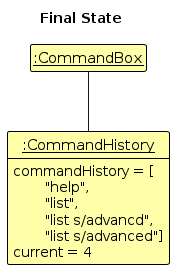
The PlantUML diagram diagrams/CommandHistoryState3.png in choppyback/tp, before a commit. Its source is kept beside it as diagrams/CommandHistoryState3.puml. Source of this version:
```plantuml
@startuml
!include style.puml
skinparam ClassFontColor #000000
skinparam ClassBorderColor #000000
skinparam ClassBackgroundColor #FFFFAA

show member
hide empty member
title "Final State"
Class "<u>:CommandBox" as CommandBox
Class "<u>:CommandHistory" as CommandHistory {
    commandHistory = [\n\t"help",\n\t"list", \n\t"list s/advancd",\n\t"list s/advanced"]
    current = 4
}
CommandBox -- CommandHistory
@enduml
```
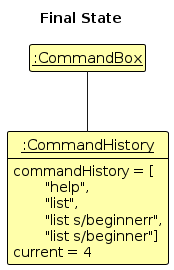
After the change.

Diff of the diagram source:
```diff
@@ -9,7 +9,7 @@
 title "Final State"
 Class "<u>:CommandBox" as CommandBox
 Class "<u>:CommandHistory" as CommandHistory {
-    commandHistory = [\n\t"help",\n\t"list", \n\t"list s/advancd",\n\t"list s/advanced"]
+    commandHistory = [\n\t"help",\n\t"list", \n\t"list s/beginnerr",\n\t"list s/beginner"]
     current = 4
 }
 CommandBox -- CommandHistory
```
